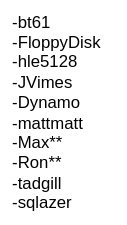
Earlier version of the draw.io export donors.drawio.svg (SmoothWAN/SmoothWAN-misc). Source tidied: cells renumbered, new cells last; positions are measured from the earlier drawing's top-left corner, leaving out a move shared by most shapes.
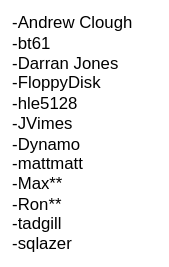
The same diagram one commit later.

Commit message:
Update donor list

Change to the diagram source:
```diff
@@ -2,8 +2,8 @@
   <root>
     <mxCell id="0" />
     <mxCell id="1" parent="0" />
-    <mxCell id="2" value="&lt;div&gt;&amp;nbsp; -bt61&lt;/div&gt;&lt;div&gt;&amp;nbsp; -FloppyDisk&lt;/div&gt;&lt;div&gt;&amp;nbsp; -hle5128&lt;/div&gt;&lt;div&gt;&amp;nbsp; -JVimes&lt;/div&gt;&lt;div&gt;&amp;nbsp; -Dynamo&lt;/div&gt;&lt;div&gt;&amp;nbsp; -mattmatt&lt;/div&gt;&lt;div&gt;&amp;nbsp; -Max**&lt;/div&gt;&lt;div&gt;&amp;nbsp; -Ron**&lt;/div&gt;&lt;div&gt;&amp;nbsp; -tadgill&lt;/div&gt;&lt;div&gt;&amp;nbsp; -sqlazer&lt;/div&gt;" style="text;html=1;align=left;verticalAlign=middle;strokeColor=none;fillColor=none;" parent="1" vertex="1">
-      <mxGeometry width="90" height="160" as="geometry" />
+    <mxCell id="2" value="&lt;div&gt;&amp;nbsp; -Andrew Clough&lt;/div&gt;&lt;div&gt;&amp;nbsp; -bt61&lt;/div&gt;&lt;div&gt;&amp;nbsp; -Darran Jones&amp;nbsp;&lt;/div&gt;&lt;div&gt;&amp;nbsp; -FloppyDisk&lt;/div&gt;&lt;div&gt;&amp;nbsp; -hle5128&lt;/div&gt;&lt;div&gt;&amp;nbsp; -JVimes&lt;/div&gt;&lt;div&gt;&amp;nbsp; -Dynamo&lt;/div&gt;&lt;div&gt;&amp;nbsp; -mattmatt&lt;/div&gt;&lt;div&gt;&amp;nbsp; -Max**&lt;/div&gt;&lt;div&gt;&amp;nbsp; -Ron**&lt;/div&gt;&lt;div&gt;&amp;nbsp; -tadgill&lt;/div&gt;&lt;div&gt;&amp;nbsp; -sqlazer&lt;/div&gt;" style="text;html=1;align=left;verticalAlign=middle;strokeColor=none;fillColor=none;" parent="1" vertex="1">
+      <mxGeometry width="120" height="190" as="geometry" />
     </mxCell>
   </root>
 </mxGraphModel>
```
